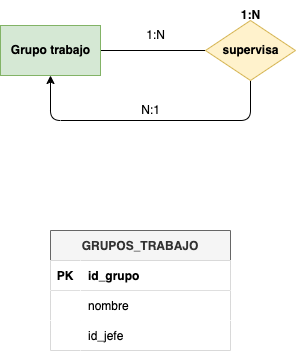
The draw.io diagram tareas/tarea-3/images/ejercicio17.drawio.png in deylansystem/actividadesBAE, before a commit. Source tidied: cells renumbered, new cells last; positions are measured from the earlier drawing's top-left corner, leaving out a move shared by most shapes. Source of this version:
```xml
<mxGraphModel>
  <root>
    <mxCell id="0" />
    <mxCell id="1" parent="0" />
    <mxCell id="2" style="edgeStyle=none;html=1;exitX=1;exitY=0.5;exitDx=0;exitDy=0;entryX=0;entryY=0.5;entryDx=0;entryDy=0;endArrow=none;endFill=0;" parent="1" edge="1" source="3" target="5">
      <mxGeometry relative="1" as="geometry" />
    </mxCell>
    <mxCell id="3" value="&lt;font color=&quot;#000000&quot;&gt;&lt;b&gt;Grupo trabajo&lt;/b&gt;&lt;/font&gt;" style="html=1;dashed=0;whitespace=wrap;fillColor=#d5e8d4;strokeColor=#82b366;" parent="1" vertex="1">
      <mxGeometry y="25" width="100" height="50" as="geometry" />
    </mxCell>
    <mxCell id="4" style="edgeStyle=orthogonalEdgeStyle;html=1;exitX=0.5;exitY=1;exitDx=0;exitDy=0;entryX=0.5;entryY=1;entryDx=0;entryDy=0;" parent="1" edge="1" source="5" target="3">
      <mxGeometry relative="1" as="geometry">
        <Array as="points">
          <mxPoint x="250" y="120" />
          <mxPoint x="50" y="120" />
        </Array>
      </mxGeometry>
    </mxCell>
    <mxCell id="5" value="&lt;font color=&quot;#000000&quot;&gt;&lt;b&gt;supervisa&lt;/b&gt;&lt;/font&gt;" style="shape=rhombus;html=1;dashed=0;whitespace=wrap;perimeter=rhombusPerimeter;fillColor=#fff2cc;strokeColor=#d6b656;" parent="1" vertex="1">
      <mxGeometry x="205" y="20" width="90" height="60" as="geometry" />
    </mxCell>
    <mxCell id="6" value="&lt;b&gt;1:N&lt;/b&gt;" style="text;html=1;align=center;verticalAlign=middle;strokeColor=none;fillColor=none;" parent="1" vertex="1">
      <mxGeometry x="230" width="40" height="30" as="geometry" />
    </mxCell>
    <mxCell id="7" value="1:N" style="text;html=1;align=center;verticalAlign=middle;strokeColor=none;fillColor=none;" parent="1" vertex="1">
      <mxGeometry x="135" y="20" width="40" height="30" as="geometry" />
    </mxCell>
    <mxCell id="8" value="N:1" style="text;html=1;align=center;verticalAlign=middle;strokeColor=none;fillColor=none;" parent="1" vertex="1">
      <mxGeometry x="130" y="95" width="40" height="30" as="geometry" />
    </mxCell>
    <mxCell id="9" value="GRUPOS_TRABAJO" style="shape=table;startSize=30;rowLines=0;fontStyle=1;align=center;fillColor=#f5f5f5;strokeColor=#666666;fontColor=#333333;" parent="1" vertex="1">
      <mxGeometry x="50" y="230" width="180" height="120" as="geometry" />
    </mxCell>
    <mxCell id="10" style="shape=tableRow;horizontal=0;startSize=0;swimlaneHead=0;swimlaneBody=0;fillColor=#FFFFFF;points=[[0,0.5],[1,0.5]];portConstraint=eastwest;top=0;left=0;right=0;bottom=1;fontColor=#000000;" parent="9" vertex="1">
      <mxGeometry y="30" width="180" height="30" as="geometry" />
    </mxCell>
    <mxCell id="11" value="PK" style="shape=partialRectangle;fillColor=#FFFFFF;top=0;left=0;bottom=0;right=0;fontStyle=1;overflow=hidden;fontColor=#000000;" parent="10" vertex="1">
      <mxGeometry width="30" height="30" as="geometry" />
    </mxCell>
    <mxCell id="12" value="id_grupo" style="shape=partialRectangle;fillColor=#FFFFFF;top=0;left=0;bottom=0;right=0;align=left;spacingLeft=6;fontStyle=1;overflow=hidden;fontColor=#000000;" parent="10" vertex="1">
      <mxGeometry x="30" width="150" height="30" as="geometry" />
    </mxCell>
    <mxCell id="13" style="shape=tableRow;horizontal=0;startSize=0;swimlaneHead=0;swimlaneBody=0;fillColor=#FFFFFF;top=0;left=0;right=0;bottom=0;fontColor=#000000;" parent="9" vertex="1">
      <mxGeometry y="60" width="180" height="30" as="geometry" />
    </mxCell>
    <mxCell id="14" style="shape=partialRectangle;fillColor=#FFFFFF;top=0;left=0;bottom=0;right=0;overflow=hidden;fontColor=#000000;" parent="13" vertex="1">
      <mxGeometry width="30" height="30" as="geometry" />
    </mxCell>
    <mxCell id="15" value="nombre" style="shape=partialRectangle;fillColor=#FFFFFF;top=0;left=0;bottom=0;right=0;align=left;spacingLeft=6;overflow=hidden;fontColor=#000000;" parent="13" vertex="1">
      <mxGeometry x="30" width="150" height="30" as="geometry" />
    </mxCell>
    <mxCell id="16" style="shape=tableRow;horizontal=0;startSize=0;swimlaneHead=0;swimlaneBody=0;fillColor=#FFFFFF;points=[[0,0.5],[1,0.5]];portConstraint=eastwest;top=0;left=0;right=0;bottom=0;fontColor=#000000;" parent="9" vertex="1">
      <mxGeometry y="90" width="180" height="30" as="geometry" />
    </mxCell>
    <mxCell id="17" style="shape=partialRectangle;fillColor=#FFFFFF;top=0;left=0;bottom=0;right=0;overflow=hidden;fontColor=#000000;" parent="16" vertex="1">
      <mxGeometry width="30" height="30" as="geometry" />
    </mxCell>
    <mxCell id="18" value="id_jefe" style="shape=partialRectangle;fillColor=#FFFFFF;top=0;left=0;bottom=0;right=0;align=left;spacingLeft=6;overflow=hidden;fontColor=#000000;" parent="16" vertex="1">
      <mxGeometry x="30" width="150" height="30" as="geometry" />
    </mxCell>
  </root>
</mxGraphModel>
```
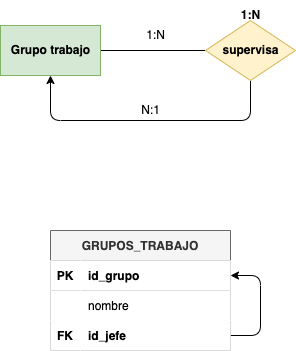
After the commit.

Diff of the diagram source:
```diff
@@ -49,13 +49,21 @@
     <mxCell id="15" value="nombre" style="shape=partialRectangle;fillColor=#FFFFFF;top=0;left=0;bottom=0;right=0;align=left;spacingLeft=6;overflow=hidden;fontColor=#000000;" parent="13" vertex="1">
       <mxGeometry x="30" width="150" height="30" as="geometry" />
     </mxCell>
+    <mxCell id="19" style="edgeStyle=orthogonalEdgeStyle;html=1;exitX=1;exitY=0.5;exitDx=0;exitDy=0;entryX=1;entryY=0.5;entryDx=0;entryDy=0;" parent="9" edge="1" source="16" target="10">
+      <mxGeometry relative="1" as="geometry">
+        <Array as="points">
+          <mxPoint x="210" y="105" />
+          <mxPoint x="210" y="45" />
+        </Array>
+      </mxGeometry>
+    </mxCell>
     <mxCell id="16" style="shape=tableRow;horizontal=0;startSize=0;swimlaneHead=0;swimlaneBody=0;fillColor=#FFFFFF;points=[[0,0.5],[1,0.5]];portConstraint=eastwest;top=0;left=0;right=0;bottom=0;fontColor=#000000;" parent="9" vertex="1">
       <mxGeometry y="90" width="180" height="30" as="geometry" />
     </mxCell>
-    <mxCell id="17" style="shape=partialRectangle;fillColor=#FFFFFF;top=0;left=0;bottom=0;right=0;overflow=hidden;fontColor=#000000;" parent="16" vertex="1">
+    <mxCell id="17" value="FK" style="shape=partialRectangle;fillColor=#FFFFFF;top=0;left=0;bottom=0;right=0;overflow=hidden;fontColor=#000000;fontStyle=1;" parent="16" vertex="1">
       <mxGeometry width="30" height="30" as="geometry" />
     </mxCell>
-    <mxCell id="18" value="id_jefe" style="shape=partialRectangle;fillColor=#FFFFFF;top=0;left=0;bottom=0;right=0;align=left;spacingLeft=6;overflow=hidden;fontColor=#000000;" parent="16" vertex="1">
+    <mxCell id="18" value="id_jefe" style="shape=partialRectangle;fillColor=#FFFFFF;top=0;left=0;bottom=0;right=0;align=left;spacingLeft=6;overflow=hidden;fontColor=#000000;fontStyle=1;" parent="16" vertex="1">
       <mxGeometry x="30" width="150" height="30" as="geometry" />
     </mxCell>
   </root>
```
